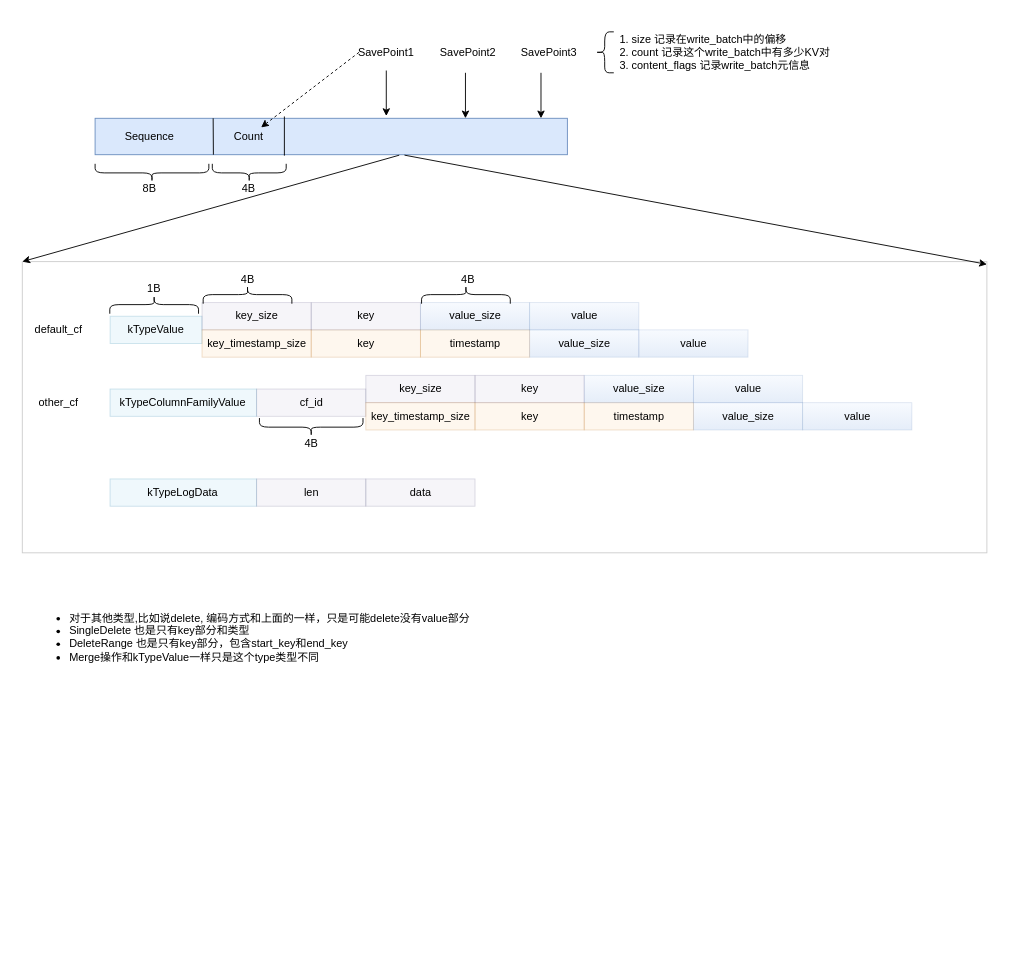
The draw.io diagram write_batch.drawio in leon-db/images, before the edit. Source tidied: cells renumbered, new cells numbered last; positions are measured from the earlier drawing's top-left corner, leaving out a move shared by most shapes. Both pictures are drawn from the tidied source at 91%, with x=0, y=0 at pixel (22, 15).
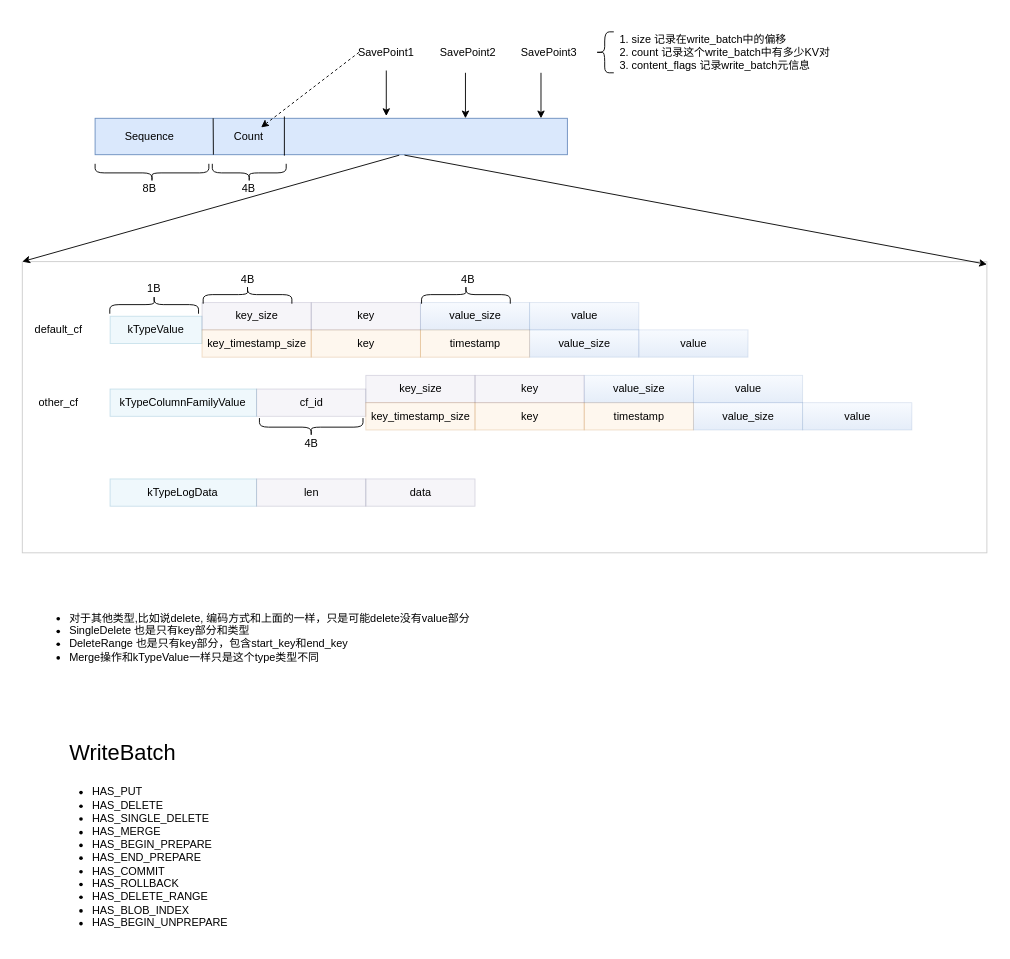
The same page after the edit.

Diff of the diagram source:
```diff
@@
+    <mxCell id="60" value="&lt;ul&gt;&lt;li&gt;HAS_PUT&lt;/li&gt;&lt;li&gt;HAS_DELETE&lt;/li&gt;&lt;li&gt;HAS_SINGLE_DELETE&lt;/li&gt;&lt;li&gt;HAS_MERGE&lt;/li&gt;&lt;li&gt;HAS_BEGIN_PREPARE&lt;/li&gt;&lt;li&gt;HAS_END_PREPARE&lt;/li&gt;&lt;li&gt;HAS_COMMIT&lt;/li&gt;&lt;li&gt;HAS_ROLLBACK&lt;/li&gt;&lt;li&gt;HAS_DELETE_RANGE&lt;/li&gt;&lt;li&gt;HAS_BLOB_INDEX&lt;/li&gt;&lt;li&gt;HAS_BEGIN_UNPREPARE&lt;/li&gt;&lt;/ul&gt;" style="text;strokeColor=none;fillColor=none;html=1;whiteSpace=wrap;verticalAlign=middle;overflow=hidden;opacity=20;" parent="1" vertex="1">
+      <mxGeometry x="34.9" y="830" width="295.1" height="190" as="geometry" />
+    </mxCell>
+    <mxCell id="61" value="&lt;span style=&quot;font-weight: normal&quot;&gt;WriteBatch&lt;/span&gt;" style="text;strokeColor=none;fillColor=none;html=1;fontSize=24;fontStyle=1;verticalAlign=middle;align=center;opacity=20;" parent="1" vertex="1">
+      <mxGeometry x="54.9" y="790" width="110" height="40" as="geometry" />
+    </mxCell>
```
